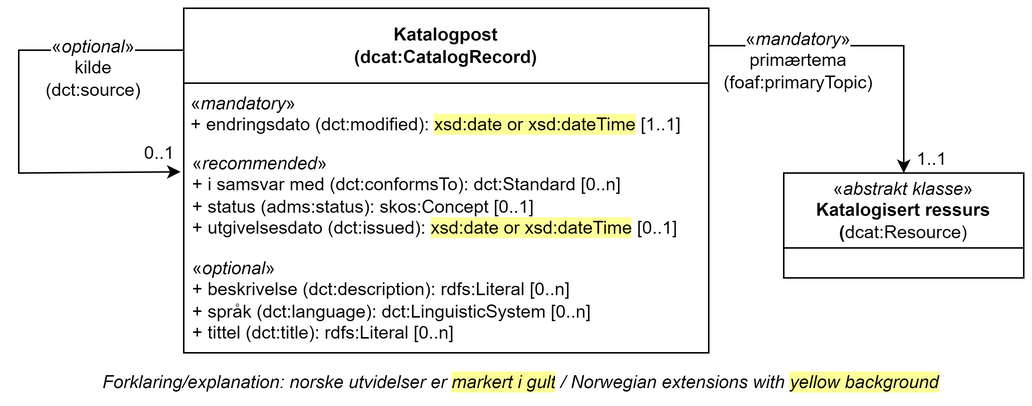
Informasjonsforvaltning/dcat-ap-no keeps this draw.io diagram as docs/images/Klassen-Katalogpost.png. Above is the earlier version. Source tidied: cells renumbered, new cells last; positions are measured from the earlier drawing's top-left corner, leaving out a move shared by most shapes.
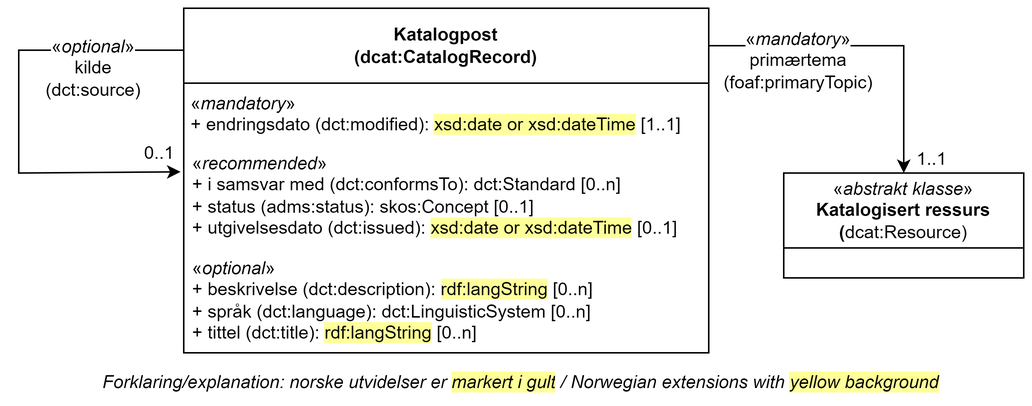
Above is the later version.

Commit message:
Issue #530 - Katalogpost

Change to the diagram source:
```diff
@@ -20,7 +20,7 @@
         </Array>
       </mxGeometry>
     </mxCell>
-    <mxCell id="6" value="&lt;div&gt;«&lt;i&gt;optional&lt;/i&gt;»&lt;/div&gt;&lt;div&gt;+ beskrivelse (dct:description): rdfs:Literal [0..n]&lt;/div&gt;&lt;div&gt;+ språk (dct:language): dct:LinguisticSystem [0..n]&lt;/div&gt;&lt;div&gt;+ tittel (dct:title): rdfs:Literal [0..n]&lt;/div&gt;" style="text;strokeColor=none;fillColor=none;align=left;verticalAlign=top;spacingLeft=4;spacingRight=4;overflow=hidden;whiteSpace=wrap;html=1;" parent="2" vertex="1">
+    <mxCell id="6" value="&lt;div&gt;«&lt;i&gt;optional&lt;/i&gt;»&lt;/div&gt;&lt;div&gt;+ beskrivelse (dct:description): &lt;span style=&quot;background-color: rgb(255, 255, 153);&quot;&gt;rdf:langString&lt;/span&gt; [0..n]&lt;/div&gt;&lt;div&gt;+ språk (dct:language): dct:LinguisticSystem [0..n]&lt;/div&gt;&lt;div&gt;+ tittel (dct:title):&amp;nbsp;&lt;span style=&quot;background-color: rgb(255, 255, 153);&quot;&gt;rdf:langString&lt;/span&gt;&amp;nbsp;[0..n]&lt;/div&gt;" style="text;strokeColor=none;fillColor=none;align=left;verticalAlign=top;spacingLeft=4;spacingRight=4;overflow=hidden;whiteSpace=wrap;html=1;" parent="2" vertex="1">
       <mxGeometry y="160" width="350" height="70" as="geometry" />
     </mxCell>
     <mxCell id="7" value="&lt;span style=&quot;font-weight: normal;&quot;&gt;«&lt;i&gt;abstrakt klasse&lt;/i&gt;»&lt;/span&gt;&lt;br&gt;Katalogisert ressurs&lt;br&gt;(&lt;span style=&quot;font-weight: 400;&quot;&gt;dcat:Resource&lt;/span&gt;&lt;span style=&quot;font-weight: normal;&quot;&gt;)&lt;/span&gt;" style="swimlane;whiteSpace=wrap;html=1;startSize=50;" parent="1" vertex="1">
```
